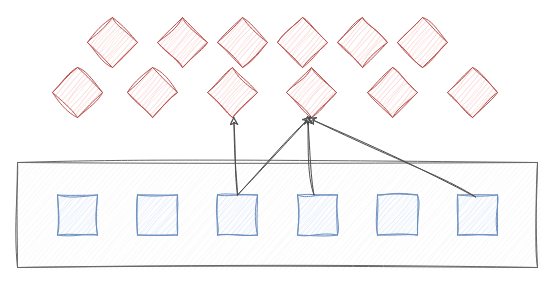
This is 低代码—物料生态.drawio from tangyaosimida/love, a draw.io file, before an edit. Source tidied: cells renumbered, new cells numbered last; positions are measured from the earlier drawing's top-left corner, leaving out a move shared by most shapes. Both pictures are drawn from the tidied source at 100%, with x=0, y=0 at pixel (17, 17).
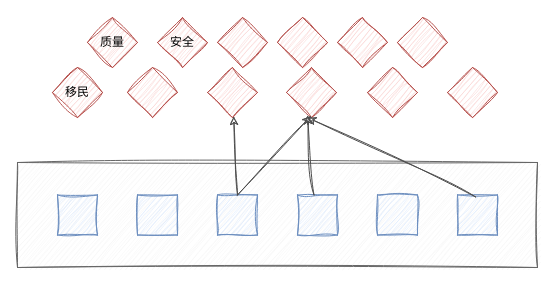
The same diagram, later.

Commit message (it also covers changes not shown here):
更新低代码—物料生态.drawio

Change to the diagram source:
```diff
@@
-    <mxCell id="9" style="rhombus;whiteSpace=wrap;html=1;fillColor=#f8cecc;strokeColor=#b85450;shadow=0;sketch=1;curveFitting=1;jiggle=2;" parent="1" vertex="1">
+    <mxCell id="9" value="移民" style="rhombus;whiteSpace=wrap;html=1;fillColor=#f8cecc;strokeColor=#b85450;shadow=0;sketch=1;curveFitting=1;jiggle=2;" parent="1" vertex="1">
       <mxGeometry x="35" y="50" width="50" height="50" as="geometry" />
     </mxCell>
@@
-    <mxCell id="15" style="rhombus;whiteSpace=wrap;html=1;fillColor=#f8cecc;strokeColor=#b85450;shadow=0;sketch=1;curveFitting=1;jiggle=2;" parent="1" vertex="1">
+    <mxCell id="15" value="质量" style="rhombus;whiteSpace=wrap;html=1;fillColor=#f8cecc;strokeColor=#b85450;shadow=0;sketch=1;curveFitting=1;jiggle=2;" parent="1" vertex="1">
       <mxGeometry x="70" width="50" height="50" as="geometry" />
     </mxCell>
-    <mxCell id="16" style="rhombus;whiteSpace=wrap;html=1;fillColor=#f8cecc;strokeColor=#b85450;shadow=0;sketch=1;curveFitting=1;jiggle=2;" parent="1" vertex="1">
+    <mxCell id="16" value="安全" style="rhombus;whiteSpace=wrap;html=1;fillColor=#f8cecc;strokeColor=#b85450;shadow=0;sketch=1;curveFitting=1;jiggle=2;" parent="1" vertex="1">
       <mxGeometry x="140" width="50" height="50" as="geometry" />
     </mxCell>
```
